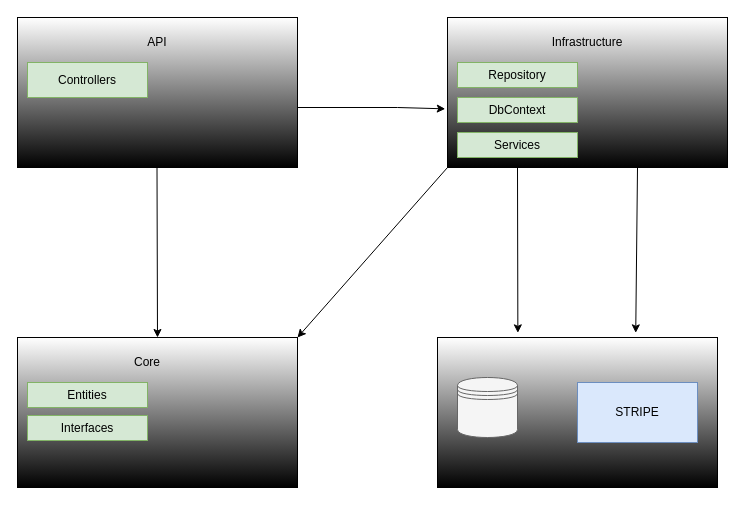
Above: ArchitectureDesign/AppArchitecture.drawio in theyuvrajgupta/Ecom (draw.io), before the change. Source tidied: cells renumbered, new cells numbered last; positions are measured from the earlier drawing's top-left corner, leaving out a move shared by most shapes. Both pictures are drawn from the tidied source at 100%, with x=0, y=0 at pixel (17, 17).
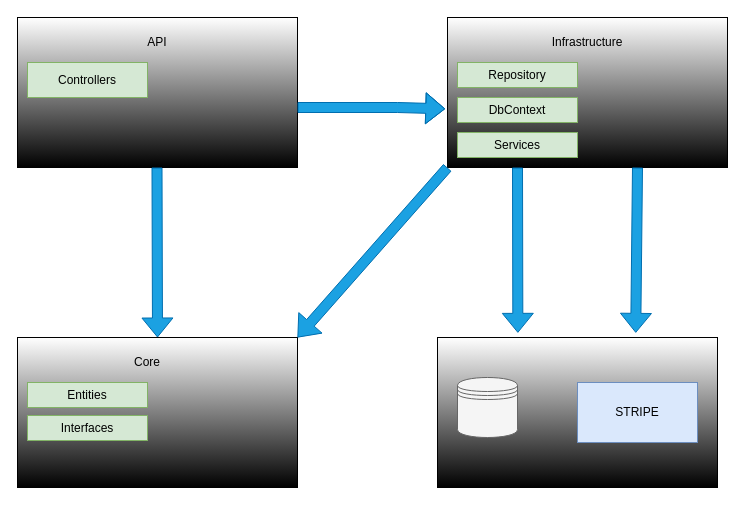
The same page after the edit.

Commit message (it also covers changes not shown here):
Updated AppArchitecture diagram

The change refers to these unchanged cells:
```xml
<mxCell id="3" style="rounded=0;whiteSpace=wrap;html=1;gradientColor=default;" parent="1" vertex="1">
  <mxGeometry y="320" width="280" height="150" as="geometry" />
</mxCell>
<mxCell id="4" style="rounded=0;whiteSpace=wrap;html=1;gradientColor=default;" parent="1" vertex="1">
  <mxGeometry x="420" y="320" width="280" height="150" as="geometry" />
</mxCell>
<mxCell id="5" style="rounded=0;whiteSpace=wrap;html=1;gradientColor=default;" parent="1" vertex="1">
  <mxGeometry x="430" width="280" height="150" as="geometry" />
</mxCell>
```

The edit, as a diff of the source:
```diff
@@
-    <mxCell id="6" style="endArrow=classic;html=1;rounded=0;entryX=0.5;entryY=0;entryDx=0;entryDy=0;" parent="1" edge="1" target="3">
+    <mxCell id="6" style="endArrow=classic;html=1;rounded=0;entryX=0.5;entryY=0;entryDx=0;entryDy=0;fillColor=#1ba1e2;strokeColor=#006EAF;shape=flexArrow;" parent="1" edge="1" target="3">
       <mxGeometry relative="1" as="geometry">
         <mxPoint x="139.5" y="150" as="sourcePoint" />
       </mxGeometry>
     </mxCell>
-    <mxCell id="7" style="endArrow=classic;html=1;rounded=0;entryX=-0.008;entryY=0.609;entryDx=0;entryDy=0;entryPerimeter=0;" parent="1" edge="1" target="5">
+    <mxCell id="7" style="endArrow=classic;html=1;rounded=0;entryX=-0.008;entryY=0.609;entryDx=0;entryDy=0;entryPerimeter=0;shape=flexArrow;fillColor=#1ba1e2;strokeColor=#006EAF;" parent="1" edge="1" target="5">
       <mxGeometry relative="1" as="geometry">
         <mxPoint x="280" y="90" as="sourcePoint" />
         <Array as="points">
           <mxPoint x="380" y="90" />
         </Array>
       </mxGeometry>
     </mxCell>
-    <mxCell id="8" style="endArrow=classic;html=1;rounded=0;entryX=1;entryY=0;entryDx=0;entryDy=0;" parent="1" edge="1" target="3">
+    <mxCell id="8" style="endArrow=classic;html=1;rounded=0;entryX=1;entryY=0;entryDx=0;entryDy=0;fillColor=#1ba1e2;strokeColor=#006EAF;shape=flexArrow;" parent="1" edge="1" target="3">
       <mxGeometry relative="1" as="geometry">
         <mxPoint x="430" y="150" as="sourcePoint" />
       </mxGeometry>
     </mxCell>
-    <mxCell id="9" style="endArrow=classic;html=1;rounded=0;entryX=0.287;entryY=-0.031;entryDx=0;entryDy=0;entryPerimeter=0;" parent="1" edge="1" target="4">
+    <mxCell id="9" style="endArrow=classic;html=1;rounded=0;entryX=0.287;entryY=-0.031;entryDx=0;entryDy=0;entryPerimeter=0;shape=flexArrow;fillColor=#1ba1e2;strokeColor=#006EAF;" parent="1" edge="1" target="4">
       <mxGeometry relative="1" as="geometry">
         <mxPoint x="500" y="150" as="sourcePoint" />
       </mxGeometry>
     </mxCell>
-    <mxCell id="10" style="endArrow=classic;html=1;rounded=0;entryX=0.708;entryY=-0.031;entryDx=0;entryDy=0;entryPerimeter=0;" parent="1" edge="1" target="4">
+    <mxCell id="10" style="endArrow=classic;html=1;rounded=0;entryX=0.708;entryY=-0.031;entryDx=0;entryDy=0;entryPerimeter=0;shape=flexArrow;fillColor=#1ba1e2;strokeColor=#006EAF;" parent="1" edge="1" target="4">
       <mxGeometry relative="1" as="geometry">
         <mxPoint x="620" y="150" as="sourcePoint" />
       </mxGeometry>
     </mxCell>
```
